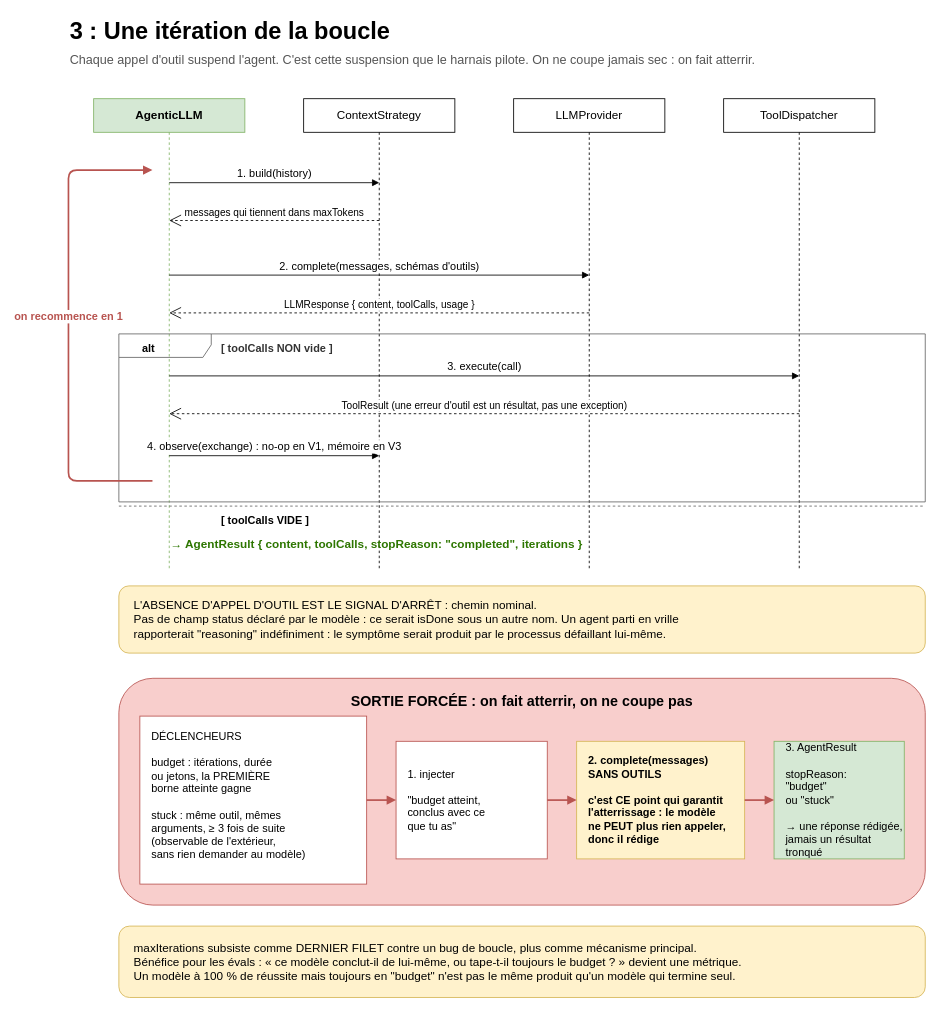
Before: page "3 : Une itération" (3 of 5) of docs/schema/Architecture-agent-core.drawio in A-World-Felt/NATHAN-agent-package, a draw.io diagram. Source tidied: cells renumbered, new cells numbered last; positions are measured from the earlier drawing's top-left corner, leaving out a move shared by most shapes. Both pictures are drawn from the tidied source at 84%, with x=0, y=0 at pixel (68, 14).
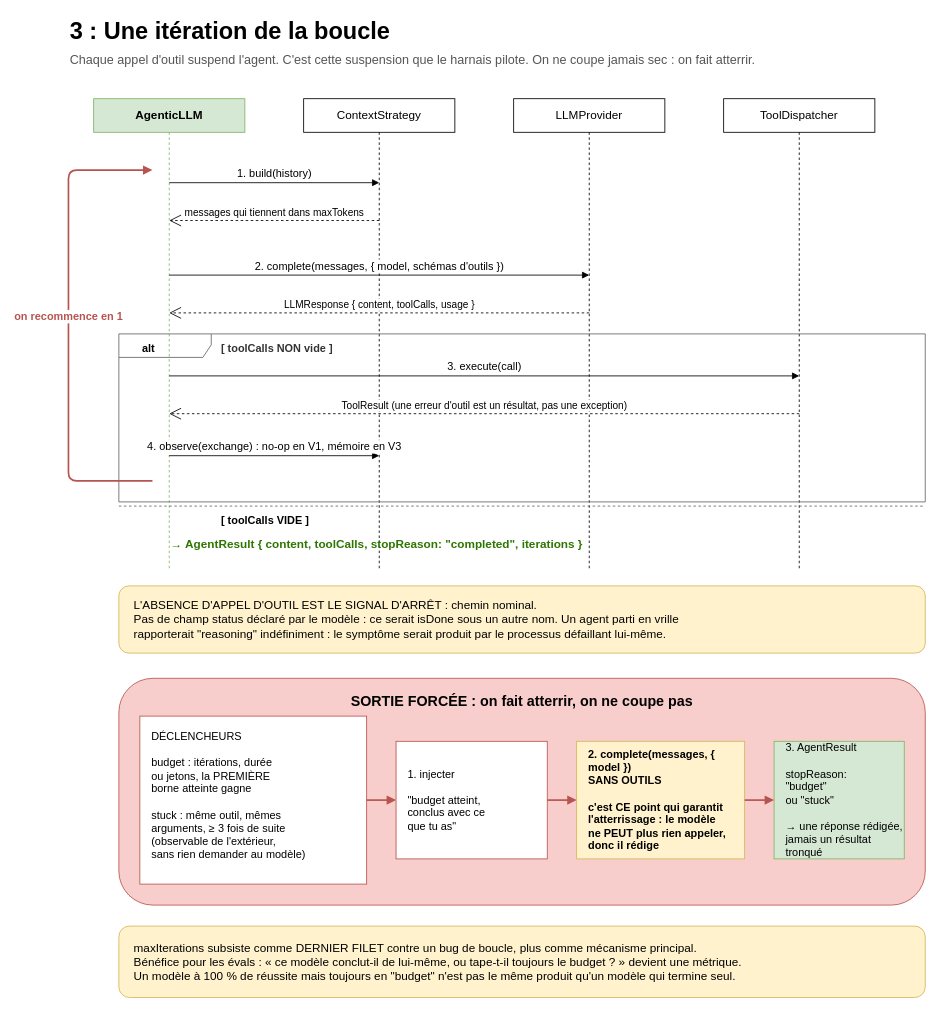
The same diagram, later.

Diff of the diagram source:
```diff
@@
-    <mxCell id="10" value="2. complete(messages, schémas d'outils)" style="html=1;verticalAlign=bottom;endArrow=block;fontSize=13;" parent="1" edge="1">
+    <mxCell id="10" value="2. complete(messages, { model, schémas d'outils })" style="html=1;verticalAlign=bottom;endArrow=block;fontSize=13;" parent="1" edge="1">
       <mxGeometry relative="1" as="geometry">
         <mxPoint x="120" y="310" as="sourcePoint" />
         <mxPoint x="620" y="310" as="targetPoint" />
       </mxGeometry>
     </mxCell>
@@
-    <mxCell id="26" value="2. complete(messages)&#10;SANS OUTILS&#10;&#10;c'est CE point qui garantit&#10;l'atterrissage : le modèle&#10;ne PEUT plus rien appeler,&#10;donc il rédige" style="rounded=0;whiteSpace=wrap;html=1;fillColor=#fff2cc;strokeColor=#d6b656;align=left;spacingLeft=12;verticalAlign=middle;fontSize=13;fontStyle=1;" parent="1" vertex="1">
+    <mxCell id="26" value="2. complete(messages, { model })&#10;SANS OUTILS&#10;&#10;c'est CE point qui garantit&#10;l'atterrissage : le modèle&#10;ne PEUT plus rien appeler,&#10;donc il rédige" style="rounded=0;whiteSpace=wrap;html=1;fillColor=#fff2cc;strokeColor=#d6b656;align=left;spacingLeft=12;verticalAlign=middle;fontSize=13;fontStyle=1;" parent="1" vertex="1">
       <mxGeometry x="605" y="865" width="200" height="140" as="geometry" />
     </mxCell>
```
